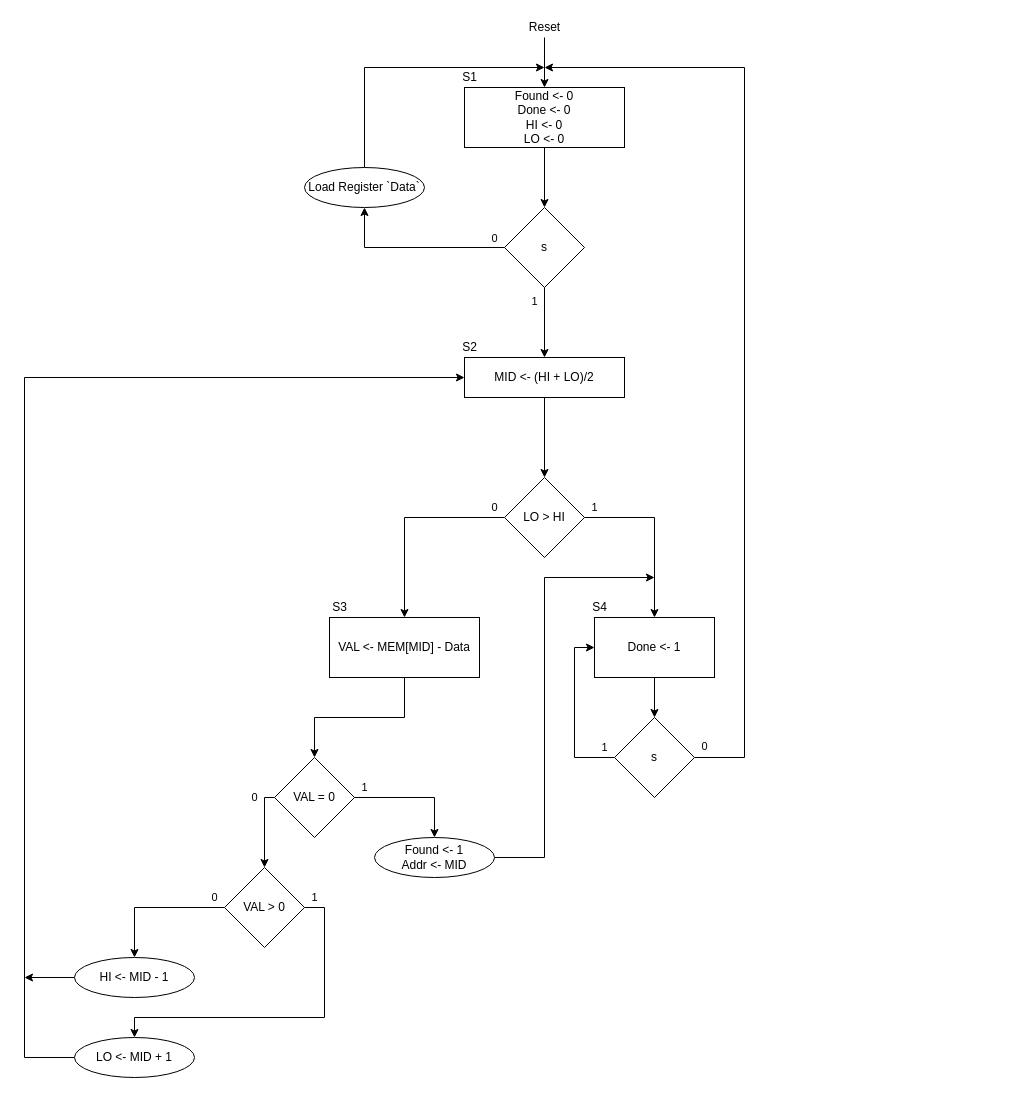
This is labs/lab11/L11P2/asm.drawio from featherbear/UNSW-COMP3222, a draw.io file, before an edit. Source tidied: cells renumbered, new cells numbered last; positions are measured from the earlier drawing's top-left corner, leaving out a move shared by most shapes. Both pictures are drawn from the tidied source at 100%, with x=0, y=0 at pixel (24, 17).
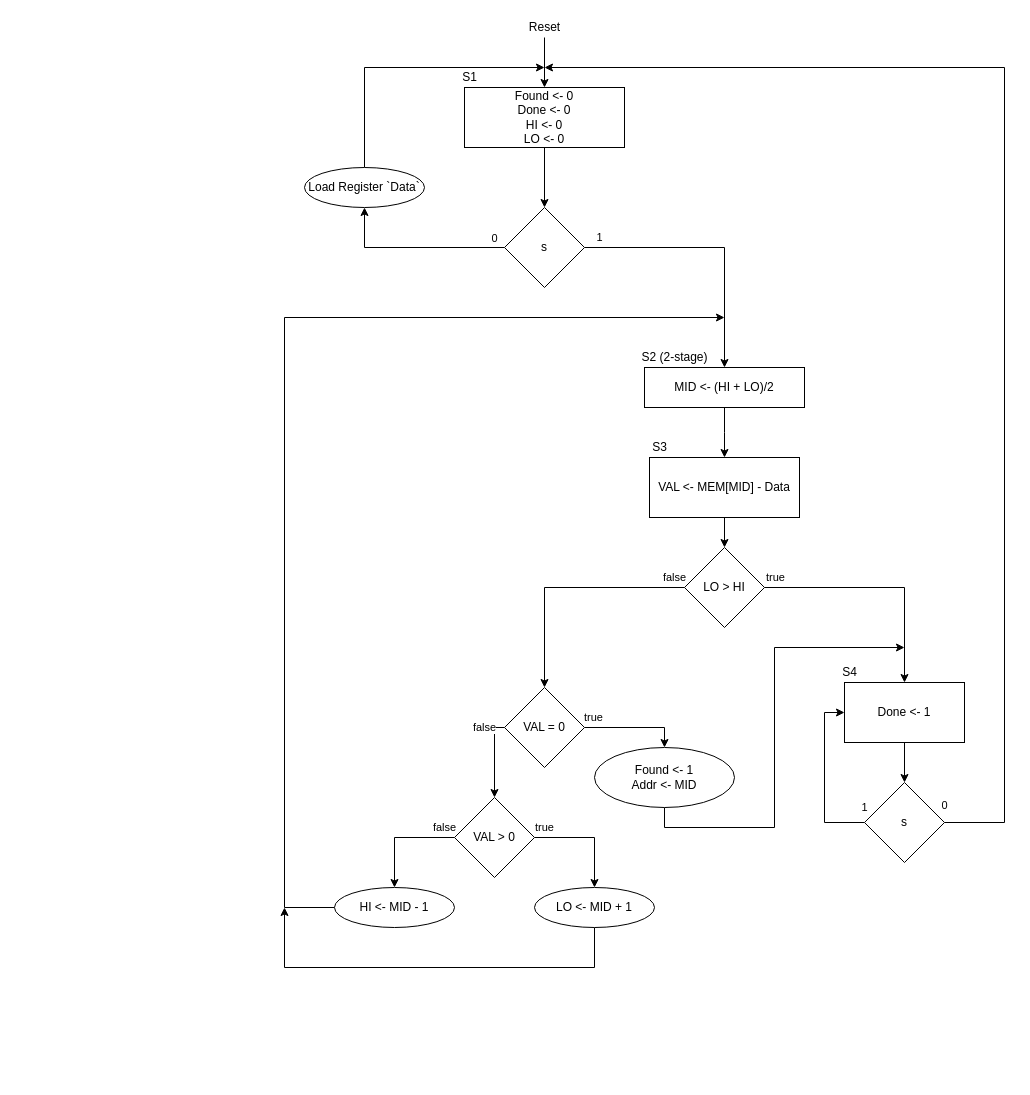
The same page after the edit.

Unchanged cells that the change refers to:
```xml
<mxCell id="9" value="s" style="rhombus;whiteSpace=wrap;html=1;" parent="1" vertex="1">
  <mxGeometry x="480" y="190" width="80" height="80" as="geometry" />
</mxCell>
```

Diff of the diagram source:
```diff
@@
     <mxCell id="8" value="1" style="edgeStyle=orthogonalEdgeStyle;rounded=0;jettySize=auto;html=1;" parent="1" edge="1" source="9" target="12">
-      <mxGeometry x="-0.6" y="-10" relative="1" as="geometry" />
+      <mxGeometry x="-0.89" y="10" relative="1" as="geometry">
+        <mxPoint x="1" as="offset" />
+      </mxGeometry>
     </mxCell>
@@
-    <mxCell id="11" style="edgeStyle=orthogonalEdgeStyle;rounded=0;jettySize=auto;html=1;" parent="1" edge="1" source="12" target="24">
-      <mxGeometry relative="1" as="geometry" />
-    </mxCell>
-    <mxCell id="12" value="MID &amp;lt;- (HI + LO)/2" style="rounded=0;whiteSpace=wrap;html=1;" parent="1" vertex="1">
-      <mxGeometry x="440" y="340" width="160" height="40" as="geometry" />
-    </mxCell>
-    <mxCell id="13" value="S2" style="text;html=1;align=center;verticalAlign=middle;" parent="1" vertex="1">
-      <mxGeometry x="430" y="320" width="30" height="20" as="geometry" />
-    </mxCell>
@@
-    <mxCell id="16" style="edgeStyle=orthogonalEdgeStyle;rounded=0;jettySize=auto;html=1;exitX=0.5;exitY=1;exitDx=0;exitDy=0;" parent="1" edge="1" source="17" target="21">
-      <mxGeometry relative="1" as="geometry" />
-    </mxCell>
-    <mxCell id="17" value="Done &amp;lt;- 1" style="rounded=0;whiteSpace=wrap;html=1;" parent="1" vertex="1">
-      <mxGeometry x="570" y="600" width="120" height="60" as="geometry" />
-    </mxCell>
-    <mxCell id="18" value="S4" style="text;html=1;align=center;verticalAlign=middle;" parent="1" vertex="1">
-      <mxGeometry x="560" y="580" width="30" height="20" as="geometry" />
-    </mxCell>
-    <mxCell id="19" value="1" style="edgeStyle=orthogonalEdgeStyle;rounded=0;jettySize=auto;html=1;entryX=0;entryY=0.5;entryDx=0;entryDy=0;" parent="1" edge="1" source="21" target="17">
-      <mxGeometry x="-0.41" y="-30" relative="1" as="geometry">
-        <Array as="points">
-          <mxPoint x="550" y="740" />
-          <mxPoint x="550" y="630" />
-        </Array>
-      </mxGeometry>
-    </mxCell>
-    <mxCell id="20" value="0" style="edgeStyle=orthogonalEdgeStyle;rounded=0;jettySize=auto;html=1;" parent="1" edge="1" source="21">
-      <mxGeometry x="-0.87" y="40" relative="1" as="geometry">
-        <mxPoint x="520" y="50" as="targetPoint" />
-        <Array as="points">
-          <mxPoint x="720" y="740" />
-          <mxPoint x="720" y="50" />
-        </Array>
-      </mxGeometry>
-    </mxCell>
-    <mxCell id="21" value="s" style="rhombus;whiteSpace=wrap;html=1;" parent="1" vertex="1">
-      <mxGeometry x="590" y="700" width="80" height="80" as="geometry" />
-    </mxCell>
-    <mxCell id="22" value="1" style="edgeStyle=orthogonalEdgeStyle;rounded=0;jettySize=auto;html=1;" parent="1" edge="1" source="24" target="17">
-      <mxGeometry x="-0.88" y="10" relative="1" as="geometry" />
-    </mxCell>
-    <mxCell id="23" value="0" style="edgeStyle=orthogonalEdgeStyle;rounded=0;jettySize=auto;html=1;exitX=0;exitY=0.5;exitDx=0;exitDy=0;" parent="1" edge="1" source="24" target="26">
-      <mxGeometry x="-0.9" y="-10" relative="1" as="geometry" />
-    </mxCell>
-    <mxCell id="24" value="LO &amp;gt; HI" style="rhombus;whiteSpace=wrap;html=1;" parent="1" vertex="1">
-      <mxGeometry x="480" y="460" width="80" height="80" as="geometry" />
-    </mxCell>
-    <mxCell id="25" style="edgeStyle=orthogonalEdgeStyle;rounded=0;jettySize=auto;html=1;exitX=0.5;exitY=1;exitDx=0;exitDy=0;" parent="1" edge="1" source="26" target="30">
-      <mxGeometry relative="1" as="geometry" />
-    </mxCell>
-    <mxCell id="26" value="VAL &amp;lt;- MEM[MID] - Data" style="rounded=0;whiteSpace=wrap;html=1;" parent="1" vertex="1">
-      <mxGeometry x="305" y="600" width="150" height="60" as="geometry" />
-    </mxCell>
-    <mxCell id="27" value="S3" style="text;html=1;align=center;verticalAlign=middle;" parent="1" vertex="1">
-      <mxGeometry x="300" y="580" width="30" height="20" as="geometry" />
-    </mxCell>
-    <mxCell id="28" value="0" style="edgeStyle=orthogonalEdgeStyle;rounded=0;jettySize=auto;html=1;exitX=0;exitY=0.5;exitDx=0;exitDy=0;entryX=0.5;entryY=0;entryDx=0;entryDy=0;" parent="1" edge="1" source="30" target="33">
+    <mxCell id="28" value="false" style="edgeStyle=orthogonalEdgeStyle;rounded=0;jettySize=auto;html=1;exitX=0;exitY=0.5;exitDx=0;exitDy=0;entryX=0.5;entryY=0;entryDx=0;entryDy=0;" parent="1" edge="1" source="30" target="33">
       <mxGeometry x="-0.75" y="-10" relative="1" as="geometry">
         <Array as="points">
-          <mxPoint x="240" y="780" />
+          <mxPoint x="470" y="710" />
         </Array>
       </mxGeometry>
     </mxCell>
-    <mxCell id="29" value="1" style="edgeStyle=orthogonalEdgeStyle;rounded=0;jettySize=auto;html=1;entryX=0.5;entryY=0;entryDx=0;entryDy=0;" parent="1" edge="1" source="30" target="39">
+    <mxCell id="29" value="true" style="edgeStyle=orthogonalEdgeStyle;rounded=0;jettySize=auto;html=1;entryX=0.5;entryY=0;entryDx=0;entryDy=0;" parent="1" edge="1" source="30" target="39">
       <mxGeometry x="-0.83" y="10" relative="1" as="geometry" />
     </mxCell>
     <mxCell id="30" value="VAL = 0" style="rhombus;whiteSpace=wrap;html=1;" parent="1" vertex="1">
-      <mxGeometry x="250" y="740" width="80" height="80" as="geometry" />
+      <mxGeometry x="480" y="670" width="80" height="80" as="geometry" />
     </mxCell>
-    <mxCell id="31" value="0" style="edgeStyle=orthogonalEdgeStyle;rounded=0;jettySize=auto;html=1;exitX=0;exitY=0.5;exitDx=0;exitDy=0;" parent="1" edge="1" source="33" target="35">
-      <mxGeometry x="-0.86" y="-10" relative="1" as="geometry" />
+    <mxCell id="31" value="false" style="edgeStyle=orthogonalEdgeStyle;rounded=0;jettySize=auto;html=1;exitX=0;exitY=0.5;exitDx=0;exitDy=0;" parent="1" edge="1" source="33" target="35">
+      <mxGeometry x="-0.82" y="-10" relative="1" as="geometry" />
     </mxCell>
-    <mxCell id="32" value="1" style="edgeStyle=orthogonalEdgeStyle;rounded=0;jettySize=auto;html=1;exitX=1;exitY=0.5;exitDx=0;exitDy=0;entryX=0.5;entryY=0;entryDx=0;entryDy=0;" parent="1" edge="1" source="33" target="37">
-      <mxGeometry x="-0.94" y="10" relative="1" as="geometry">
+    <mxCell id="32" value="true" style="edgeStyle=orthogonalEdgeStyle;rounded=0;jettySize=auto;html=1;exitX=1;exitY=0.5;exitDx=0;exitDy=0;entryX=0.5;entryY=0;entryDx=0;entryDy=0;" parent="1" edge="1" source="33" target="37">
+      <mxGeometry x="-0.82" y="10" relative="1" as="geometry">
         <Array as="points">
-          <mxPoint x="300" y="890" />
-          <mxPoint x="300" y="1000" />
-          <mxPoint x="110" y="1000" />
+          <mxPoint x="570" y="820" />
         </Array>
       </mxGeometry>
     </mxCell>
     <mxCell id="33" value="VAL &amp;gt; 0" style="rhombus;whiteSpace=wrap;html=1;" parent="1" vertex="1">
-      <mxGeometry x="200" y="850" width="80" height="80" as="geometry" />
+      <mxGeometry x="430" y="780" width="80" height="80" as="geometry" />
     </mxCell>
     <mxCell id="34" style="edgeStyle=orthogonalEdgeStyle;rounded=0;jettySize=auto;html=1;exitX=0;exitY=0.5;exitDx=0;exitDy=0;" parent="1" edge="1" source="35">
       <mxGeometry relative="1" as="geometry">
-        <mxPoint y="960" as="targetPoint" />
+        <mxPoint x="700" y="300" as="targetPoint" />
+        <Array as="points">
+          <mxPoint x="260" y="890" />
+          <mxPoint x="260" y="300" />
+        </Array>
       </mxGeometry>
     </mxCell>
     <mxCell id="35" value="HI &amp;lt;- MID - 1" style="ellipse;whiteSpace=wrap;html=1;" parent="1" vertex="1">
-      <mxGeometry x="50" y="940" width="120" height="40" as="geometry" />
+      <mxGeometry x="310" y="870" width="120" height="40" as="geometry" />
     </mxCell>
-    <mxCell id="36" style="edgeStyle=orthogonalEdgeStyle;rounded=0;jettySize=auto;html=1;" parent="1" edge="1" source="37" target="12">
-      <mxGeometry relative="1" as="geometry">
-        <Array as="points">
-          <mxPoint y="1040" />
-          <mxPoint y="360" />
-        </Array>
-      </mxGeometry>
-    </mxCell>
+    <mxCell id="40" style="edgeStyle=orthogonalEdgeStyle;rounded=0;jettySize=auto;html=1;exitX=0.5;exitY=1;exitDx=0;exitDy=0;" parent="1" edge="1" source="37">
+      <mxGeometry relative="1" as="geometry">
+        <mxPoint x="260" y="890" as="targetPoint" />
+        <Array as="points">
+          <mxPoint x="570" y="950" />
+          <mxPoint x="260" y="950" />
+        </Array>
+      </mxGeometry>
+    </mxCell>
     <mxCell id="37" value="LO &amp;lt;- MID + 1" style="ellipse;whiteSpace=wrap;html=1;" parent="1" vertex="1">
-      <mxGeometry x="50" y="1020" width="120" height="40" as="geometry" />
+      <mxGeometry x="510" y="870" width="120" height="40" as="geometry" />
     </mxCell>
-    <mxCell id="38" style="edgeStyle=orthogonalEdgeStyle;rounded=0;jettySize=auto;html=1;" parent="1" edge="1" source="39">
-      <mxGeometry relative="1" as="geometry">
-        <mxPoint x="630" y="560" as="targetPoint" />
-        <Array as="points">
-          <mxPoint x="520" y="840" />
-          <mxPoint x="520" y="560" />
-        </Array>
-      </mxGeometry>
-    </mxCell>
+    <mxCell id="41" style="edgeStyle=orthogonalEdgeStyle;rounded=0;jettySize=auto;html=1;exitX=0.5;exitY=1;exitDx=0;exitDy=0;" parent="1" edge="1" source="39">
+      <mxGeometry relative="1" as="geometry">
+        <mxPoint x="880" y="630" as="targetPoint" />
+        <Array as="points">
+          <mxPoint x="640" y="810" />
+          <mxPoint x="750" y="810" />
+          <mxPoint x="750" y="630" />
+        </Array>
+      </mxGeometry>
+    </mxCell>
     <mxCell id="39" value="Found &amp;lt;- 1&lt;br&gt;Addr &amp;lt;- MID" style="ellipse;whiteSpace=wrap;html=1;" parent="1" vertex="1">
-      <mxGeometry x="350" y="820" width="120" height="40" as="geometry" />
+      <mxGeometry x="570" y="730" width="140" height="60" as="geometry" />
     </mxCell>
+    <mxCell id="42" style="group;" parent="1" vertex="1">
+      <mxGeometry x="800" y="645" width="140" height="200" as="geometry" />
+    </mxCell>
+    <mxCell id="17" value="Done &amp;lt;- 1" style="rounded=0;whiteSpace=wrap;html=1;" parent="42" vertex="1">
+      <mxGeometry x="20" y="20" width="120" height="60" as="geometry" />
+    </mxCell>
+    <mxCell id="18" value="S4" style="text;html=1;align=center;verticalAlign=middle;" parent="42" vertex="1">
+      <mxGeometry x="10" width="30" height="20" as="geometry" />
+    </mxCell>
+    <mxCell id="19" value="1" style="edgeStyle=orthogonalEdgeStyle;rounded=0;jettySize=auto;html=1;entryX=0;entryY=0.5;entryDx=0;entryDy=0;" parent="42" edge="1" source="21" target="17">
+      <mxGeometry x="-0.35" y="-40" relative="1" as="geometry">
+        <Array as="points">
+          <mxPoint y="160" />
+          <mxPoint y="50" />
+        </Array>
+      </mxGeometry>
+    </mxCell>
+    <mxCell id="21" value="s" style="rhombus;whiteSpace=wrap;html=1;" parent="42" vertex="1">
+      <mxGeometry x="40" y="120" width="80" height="80" as="geometry" />
+    </mxCell>
+    <mxCell id="16" style="edgeStyle=orthogonalEdgeStyle;rounded=0;jettySize=auto;html=1;exitX=0.5;exitY=1;exitDx=0;exitDy=0;" parent="42" edge="1" source="17" target="21">
+      <mxGeometry relative="1" as="geometry" />
+    </mxCell>
+    <mxCell id="43" style="group;" parent="1" vertex="1">
+      <mxGeometry x="570" y="255" width="210" height="280" as="geometry" />
+    </mxCell>
+    <mxCell id="11" style="edgeStyle=orthogonalEdgeStyle;rounded=0;jettySize=auto;html=1;" parent="43" edge="1" source="12">
+      <mxGeometry relative="1" as="geometry">
+        <mxPoint x="130" y="185" as="targetPoint" />
+      </mxGeometry>
+    </mxCell>
+    <mxCell id="12" value="MID &amp;lt;- (HI + LO)/2" style="rounded=0;whiteSpace=wrap;html=1;" parent="43" vertex="1">
+      <mxGeometry x="50" y="95" width="160" height="40" as="geometry" />
+    </mxCell>
+    <mxCell id="13" value="S2 (2-stage)" style="text;html=1;align=center;verticalAlign=middle;" parent="43" vertex="1">
+      <mxGeometry x="40" y="75" width="80" height="20" as="geometry" />
+    </mxCell>
+    <mxCell id="26" value="VAL &amp;lt;- MEM[MID] - Data" style="rounded=0;whiteSpace=wrap;html=1;" parent="43" vertex="1">
+      <mxGeometry x="55" y="185" width="150" height="60" as="geometry" />
+    </mxCell>
+    <mxCell id="27" value="S3" style="text;html=1;align=center;verticalAlign=middle;" parent="43" vertex="1">
+      <mxGeometry x="50" y="165" width="30" height="20" as="geometry" />
+    </mxCell>
+    <mxCell id="24" value="LO &amp;gt; HI" style="rhombus;whiteSpace=wrap;html=1;" parent="43" vertex="1">
+      <mxGeometry x="90" y="275" width="80" height="80" as="geometry" />
+    </mxCell>
+    <mxCell id="44" style="edgeStyle=orthogonalEdgeStyle;rounded=0;jettySize=auto;html=1;exitX=0.5;exitY=1;exitDx=0;exitDy=0;" parent="43" edge="1" source="26" target="24">
+      <mxGeometry relative="1" as="geometry" />
+    </mxCell>
+    <mxCell id="22" value="true" style="edgeStyle=orthogonalEdgeStyle;rounded=0;jettySize=auto;html=1;exitX=1;exitY=0.5;exitDx=0;exitDy=0;entryX=0.5;entryY=0;entryDx=0;entryDy=0;" parent="1" edge="1" source="24" target="17">
+      <mxGeometry x="-0.91" y="10" relative="1" as="geometry" />
+    </mxCell>
+    <mxCell id="45" value="false" style="edgeStyle=orthogonalEdgeStyle;rounded=0;jettySize=auto;html=1;exitX=0;exitY=0.5;exitDx=0;exitDy=0;entryX=0.5;entryY=0;entryDx=0;entryDy=0;" parent="1" edge="1" source="24" target="30">
+      <mxGeometry x="-0.92" y="-10" relative="1" as="geometry" />
+    </mxCell>
+    <mxCell id="46" value="0" style="edgeStyle=orthogonalEdgeStyle;rounded=0;jettySize=auto;html=1;exitX=1;exitY=0.5;exitDx=0;exitDy=0;" parent="1" edge="1" source="21">
+      <mxGeometry x="-0.88" y="60" relative="1" as="geometry">
+        <mxPoint x="520" y="50" as="targetPoint" />
+        <Array as="points">
+          <mxPoint x="980" y="805" />
+          <mxPoint x="980" y="50" />
+        </Array>
+      </mxGeometry>
+    </mxCell>
```
